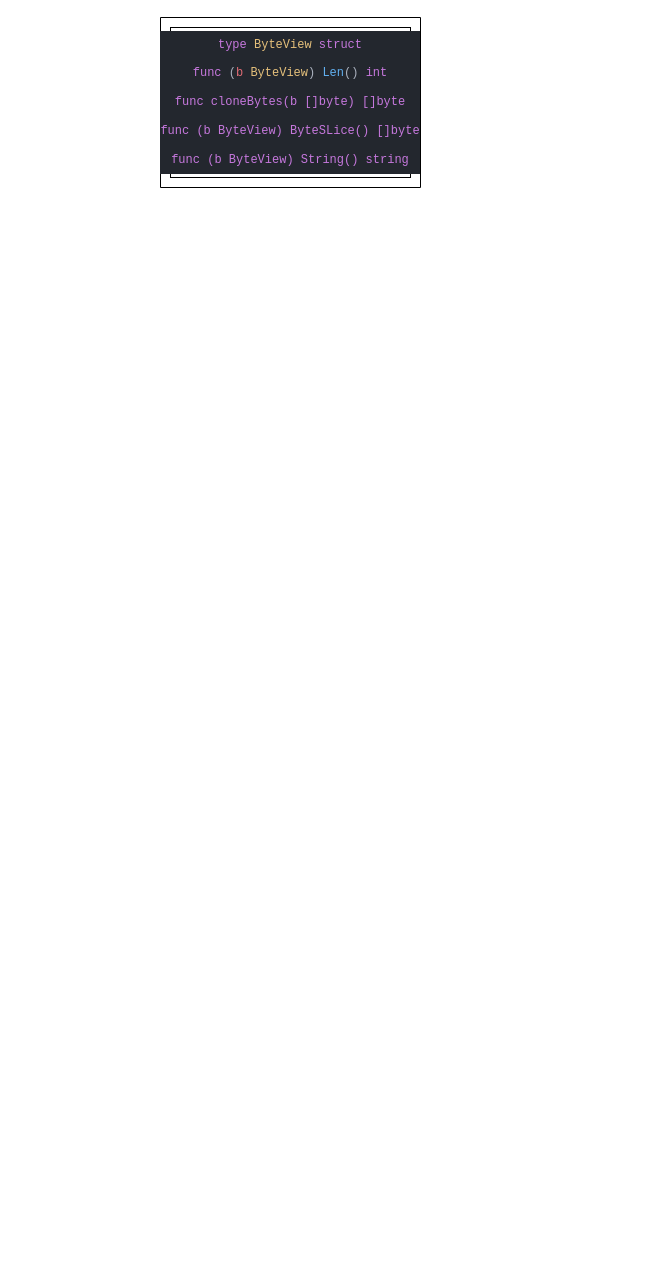
The draw.io diagram gdc.drawio in LingoRihood/GoDistributeCache, before the edit. Source tidied: cells renumbered, new cells numbered last; positions are measured from the earlier drawing's top-left corner, leaving out a move shared by most shapes. Both pictures are drawn from the tidied source at 100%, with x=0, y=0 at pixel (160, 17).
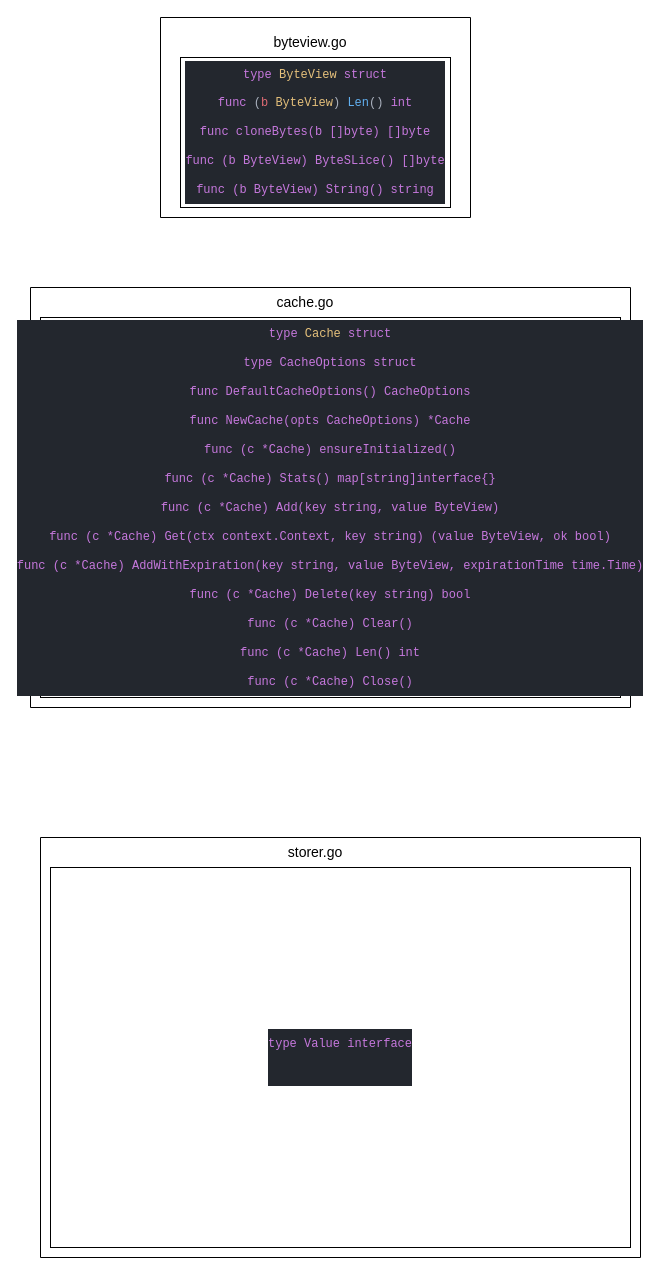
After the change.

The edit, as a diff of the source:
```diff
@@
 <mxGraphModel>
   <root>
     <mxCell id="0" />
     <mxCell id="1" parent="0" />
     <mxCell id="2" style="swimlane;startSize=0;" parent="1" vertex="1">
-      <mxGeometry width="260" height="170" as="geometry" />
+      <mxGeometry width="310" height="200" as="geometry" />
     </mxCell>
     <mxCell id="3" value="&lt;div style=&quot;color: rgb(171, 178, 191); background-color: rgb(35, 39, 46); font-family: Consolas, &amp;quot;Courier New&amp;quot;, monospace; line-height: 28px; white-space: pre;&quot;&gt;&lt;font style=&quot;font-size: 12px;&quot;&gt;&lt;span style=&quot;color: rgb(198, 120, 221);&quot;&gt;type&lt;/span&gt; &lt;span style=&quot;color: rgb(229, 192, 123);&quot;&gt;ByteView&lt;/span&gt; &lt;span style=&quot;color: rgb(198, 120, 221);&quot;&gt;struct&lt;/span&gt;&lt;/font&gt;&lt;/div&gt;&lt;div style=&quot;background-color: rgb(35, 39, 46); line-height: 28px; color: rgb(171, 178, 191);&quot;&gt;&lt;font style=&quot;&quot;&gt;&lt;span style=&quot;color: rgb(198, 120, 221);&quot;&gt;&lt;div style=&quot;color: rgb(171, 178, 191); font-family: Consolas, &amp;quot;Courier New&amp;quot;, monospace; font-size: 12px; white-space: pre; line-height: 28px;&quot;&gt;&lt;span style=&quot;color: rgb(198, 120, 221);&quot;&gt;func&lt;/span&gt; (&lt;span style=&quot;color: rgb(224, 108, 117);&quot;&gt;b &lt;/span&gt;&lt;span style=&quot;color: rgb(229, 192, 123);&quot;&gt;ByteView&lt;/span&gt;) &lt;span style=&quot;color: rgb(97, 175, 239);&quot;&gt;Len&lt;/span&gt;() &lt;span style=&quot;color: rgb(198, 120, 221);&quot;&gt;int&lt;/span&gt;&lt;/div&gt;&lt;div style=&quot;color: rgb(171, 178, 191); line-height: 28px;&quot;&gt;&lt;span style=&quot;color: rgb(198, 120, 221);&quot;&gt;&lt;font color=&quot;#c678dd&quot; face=&quot;Consolas, Courier New, monospace&quot;&gt;&lt;span style=&quot;white-space: pre;&quot;&gt;func cloneBytes(b []byte) []byte&lt;/span&gt;&lt;/font&gt;&lt;/span&gt;&lt;/div&gt;&lt;div style=&quot;color: rgb(171, 178, 191); line-height: 28px;&quot;&gt;&lt;span style=&quot;color: rgb(198, 120, 221);&quot;&gt;&lt;font color=&quot;#c678dd&quot; face=&quot;Consolas, Courier New, monospace&quot;&gt;&lt;span style=&quot;white-space: pre;&quot;&gt;func (b ByteView) ByteSLice() []byte&lt;/span&gt;&lt;/font&gt;&lt;/span&gt;&lt;/div&gt;&lt;div style=&quot;line-height: 28px; color: rgb(171, 178, 191);&quot;&gt;&lt;span style=&quot;color: rgb(198, 120, 221);&quot;&gt;&lt;font color=&quot;#c678dd&quot; face=&quot;Consolas, Courier New, monospace&quot;&gt;&lt;span style=&quot;white-space: pre;&quot;&gt;func (b ByteView) String() string&lt;/span&gt;&lt;/font&gt;&lt;/span&gt;&lt;/div&gt;&lt;/span&gt;&lt;/font&gt;&lt;/div&gt;" style="whiteSpace=wrap;html=1;" parent="2" vertex="1">
-      <mxGeometry x="10" y="10" width="240" height="150" as="geometry" />
+      <mxGeometry x="20" y="40" width="270" height="150" as="geometry" />
     </mxCell>
+    <mxCell id="4" style="swimlane;startSize=0;" parent="1" vertex="1">
+      <mxGeometry x="-130" y="270" width="600" height="420" as="geometry" />
+    </mxCell>
+    <mxCell id="5" value="&lt;font style=&quot;font-size: 14px;&quot;&gt;cache.go&lt;/font&gt;" style="text;html=1;whiteSpace=wrap;strokeColor=none;fillColor=none;align=center;verticalAlign=middle;rounded=0;" parent="4" vertex="1">
+      <mxGeometry x="225" width="100" height="30" as="geometry" />
+    </mxCell>
+    <mxCell id="6" value="&lt;font style=&quot;font-size: 14px;&quot;&gt;byteview.go&lt;/font&gt;" style="text;html=1;whiteSpace=wrap;strokeColor=none;fillColor=none;align=center;verticalAlign=middle;rounded=0;" parent="1" vertex="1">
+      <mxGeometry x="100" y="10" width="100" height="30" as="geometry" />
+    </mxCell>
+    <mxCell id="7" value="&lt;div style=&quot;color: rgb(171, 178, 191); background-color: rgb(35, 39, 46); font-family: Consolas, &amp;quot;Courier New&amp;quot;, monospace; line-height: 28px; white-space: pre;&quot;&gt;&lt;font style=&quot;font-size: 12px;&quot;&gt;&lt;span style=&quot;color: rgb(198, 120, 221);&quot;&gt;type&lt;/span&gt; &lt;span style=&quot;color: rgb(229, 192, 123);&quot;&gt;Cache&lt;/span&gt; &lt;span style=&quot;color: rgb(198, 120, 221);&quot;&gt;struct&lt;/span&gt;&lt;/font&gt;&lt;/div&gt;&lt;div style=&quot;background-color: rgb(35, 39, 46); line-height: 28px; color: rgb(171, 178, 191);&quot;&gt;&lt;font style=&quot;&quot;&gt;&lt;span style=&quot;color: rgb(198, 120, 221);&quot;&gt;&lt;font color=&quot;#c678dd&quot; face=&quot;Consolas, Courier New, monospace&quot;&gt;&lt;span style=&quot;white-space: pre;&quot;&gt;type CacheOptions struct&lt;/span&gt;&lt;/font&gt;&lt;/span&gt;&lt;/font&gt;&lt;/div&gt;&lt;div style=&quot;background-color: rgb(35, 39, 46); line-height: 28px; color: rgb(171, 178, 191);&quot;&gt;&lt;font style=&quot;&quot;&gt;&lt;span style=&quot;color: rgb(198, 120, 221);&quot;&gt;&lt;font color=&quot;#c678dd&quot; face=&quot;Consolas, Courier New, monospace&quot;&gt;&lt;span style=&quot;white-space: pre;&quot;&gt;func DefaultCacheOptions() CacheOptions&lt;/span&gt;&lt;/font&gt;&lt;/span&gt;&lt;/font&gt;&lt;/div&gt;&lt;div style=&quot;background-color: rgb(35, 39, 46); line-height: 28px; color: rgb(171, 178, 191);&quot;&gt;&lt;font style=&quot;&quot;&gt;&lt;span style=&quot;color: rgb(198, 120, 221);&quot;&gt;&lt;font color=&quot;#c678dd&quot; face=&quot;Consolas, Courier New, monospace&quot;&gt;&lt;span style=&quot;white-space: pre;&quot;&gt;func NewCache(opts CacheOptions) *Cache&lt;/span&gt;&lt;/font&gt;&lt;/span&gt;&lt;/font&gt;&lt;/div&gt;&lt;div style=&quot;background-color: rgb(35, 39, 46); line-height: 28px; color: rgb(171, 178, 191);&quot;&gt;&lt;font style=&quot;&quot;&gt;&lt;span style=&quot;color: rgb(198, 120, 221);&quot;&gt;&lt;font color=&quot;#c678dd&quot; face=&quot;Consolas, Courier New, monospace&quot;&gt;&lt;span style=&quot;white-space: pre;&quot;&gt;func (c *Cache) ensureInitialized()&lt;/span&gt;&lt;/font&gt;&lt;/span&gt;&lt;/font&gt;&lt;/div&gt;&lt;div style=&quot;background-color: rgb(35, 39, 46); line-height: 28px; color: rgb(171, 178, 191);&quot;&gt;&lt;font style=&quot;&quot;&gt;&lt;span style=&quot;color: rgb(198, 120, 221);&quot;&gt;&lt;font color=&quot;#c678dd&quot; face=&quot;Consolas, Courier New, monospace&quot;&gt;&lt;span style=&quot;white-space: pre;&quot;&gt;func (c *Cache) Stats() map[string]interface{}&lt;/span&gt;&lt;/font&gt;&lt;/span&gt;&lt;/font&gt;&lt;/div&gt;&lt;div style=&quot;background-color: rgb(35, 39, 46); line-height: 28px; color: rgb(171, 178, 191);&quot;&gt;&lt;font style=&quot;&quot;&gt;&lt;span style=&quot;color: rgb(198, 120, 221);&quot;&gt;&lt;font color=&quot;#c678dd&quot; face=&quot;Consolas, Courier New, monospace&quot;&gt;&lt;span style=&quot;white-space: pre;&quot;&gt;func (c *Cache) Add(key string, value ByteView)&lt;/span&gt;&lt;/font&gt;&lt;/span&gt;&lt;/font&gt;&lt;/div&gt;&lt;div style=&quot;background-color: rgb(35, 39, 46); line-height: 28px; color: rgb(171, 178, 191);&quot;&gt;&lt;font style=&quot;&quot;&gt;&lt;span style=&quot;color: rgb(198, 120, 221);&quot;&gt;&lt;font color=&quot;#c678dd&quot; face=&quot;Consolas, Courier New, monospace&quot;&gt;&lt;span style=&quot;white-space: pre;&quot;&gt;func (c *Cache) Get(ctx context.Context, key string) (value ByteView, ok bool)&lt;/span&gt;&lt;/font&gt;&lt;/span&gt;&lt;/font&gt;&lt;/div&gt;&lt;div style=&quot;background-color: rgb(35, 39, 46); line-height: 28px; color: rgb(171, 178, 191);&quot;&gt;&lt;font style=&quot;&quot;&gt;&lt;span style=&quot;color: rgb(198, 120, 221);&quot;&gt;&lt;font color=&quot;#c678dd&quot; face=&quot;Consolas, Courier New, monospace&quot;&gt;&lt;span style=&quot;white-space: pre;&quot;&gt;func (c *Cache) AddWithExpiration(key string, value ByteView, expirationTime time.Time)&lt;/span&gt;&lt;/font&gt;&lt;/span&gt;&lt;/font&gt;&lt;/div&gt;&lt;div style=&quot;background-color: rgb(35, 39, 46); line-height: 28px; color: rgb(171, 178, 191);&quot;&gt;&lt;font style=&quot;&quot;&gt;&lt;span style=&quot;color: rgb(198, 120, 221);&quot;&gt;&lt;font color=&quot;#c678dd&quot; face=&quot;Consolas, Courier New, monospace&quot;&gt;&lt;span style=&quot;white-space: pre;&quot;&gt;func (c *Cache) Delete(key string) bool&lt;/span&gt;&lt;/font&gt;&lt;/span&gt;&lt;/font&gt;&lt;/div&gt;&lt;div style=&quot;background-color: rgb(35, 39, 46); line-height: 28px; color: rgb(171, 178, 191);&quot;&gt;&lt;font style=&quot;&quot;&gt;&lt;span style=&quot;color: rgb(198, 120, 221);&quot;&gt;&lt;font color=&quot;#c678dd&quot; face=&quot;Consolas, Courier New, monospace&quot;&gt;&lt;span style=&quot;white-space: pre;&quot;&gt;func (c *Cache) Clear()&lt;/span&gt;&lt;/font&gt;&lt;/span&gt;&lt;/font&gt;&lt;/div&gt;&lt;div style=&quot;background-color: rgb(35, 39, 46); line-height: 28px; color: rgb(171, 178, 191);&quot;&gt;&lt;font style=&quot;&quot;&gt;&lt;span style=&quot;color: rgb(198, 120, 221);&quot;&gt;&lt;font color=&quot;#c678dd&quot; face=&quot;Consolas, Courier New, monospace&quot;&gt;&lt;span style=&quot;white-space: pre;&quot;&gt;func (c *Cache) Len() int&lt;/span&gt;&lt;/font&gt;&lt;/span&gt;&lt;/font&gt;&lt;/div&gt;&lt;div style=&quot;background-color: rgb(35, 39, 46); line-height: 28px; color: rgb(171, 178, 191);&quot;&gt;&lt;font color=&quot;#c678dd&quot; face=&quot;Consolas, Courier New, monospace&quot;&gt;&lt;span style=&quot;white-space: pre;&quot;&gt;func (c *Cache) Close()&lt;/span&gt;&lt;/font&gt;&lt;/div&gt;" style="whiteSpace=wrap;html=1;" parent="1" vertex="1">
+      <mxGeometry x="-120" y="300" width="580" height="380" as="geometry" />
+    </mxCell>
+    <mxCell id="8" style="swimlane;startSize=0;" parent="1" vertex="1">
+      <mxGeometry x="-120" y="820" width="600" height="420" as="geometry" />
+    </mxCell>
+    <mxCell id="9" value="&lt;font style=&quot;font-size: 14px;&quot;&gt;storer.go&lt;/font&gt;" style="text;html=1;whiteSpace=wrap;strokeColor=none;fillColor=none;align=center;verticalAlign=middle;rounded=0;" parent="8" vertex="1">
+      <mxGeometry x="225" width="100" height="30" as="geometry" />
+    </mxCell>
+    <mxCell id="10" value="&lt;div style=&quot;background-color: rgb(35, 39, 46); line-height: 28px; color: rgb(171, 178, 191);&quot;&gt;&lt;font color=&quot;#c678dd&quot; face=&quot;Consolas, Courier New, monospace&quot;&gt;&lt;span style=&quot;white-space: pre;&quot;&gt;type Value interface&lt;/span&gt;&lt;/font&gt;&lt;/div&gt;&lt;div style=&quot;background-color: rgb(35, 39, 46); line-height: 28px; color: rgb(171, 178, 191);&quot;&gt;&lt;br&gt;&lt;/div&gt;" style="whiteSpace=wrap;html=1;" parent="1" vertex="1">
+      <mxGeometry x="-110" y="850" width="580" height="380" as="geometry" />
+    </mxCell>
   </root>
 </mxGraphModel>
```
